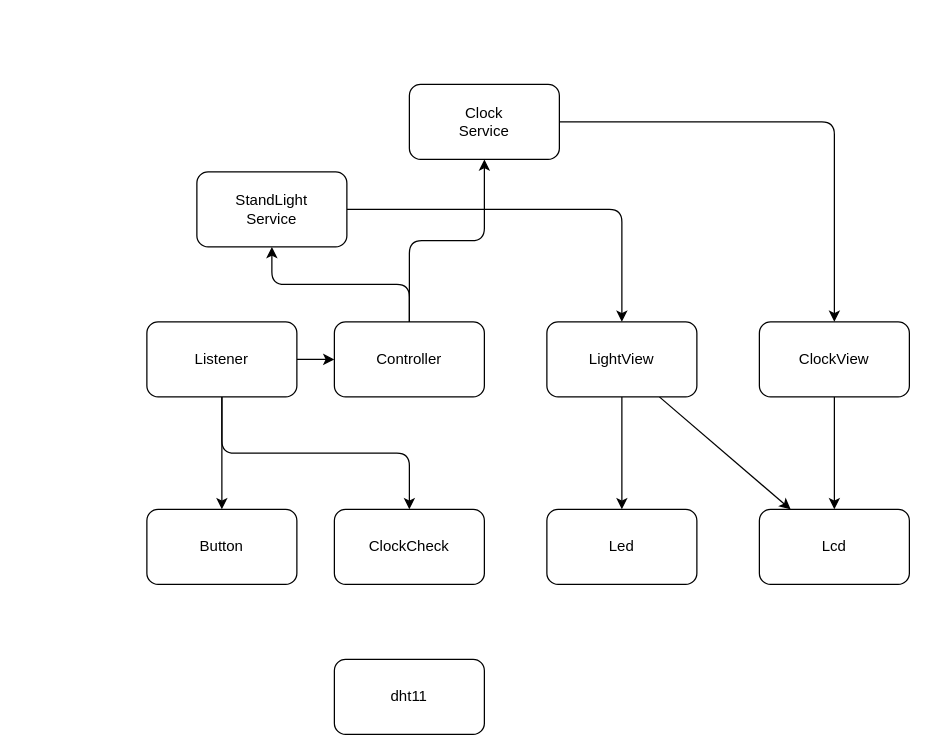
The draw.io diagram sw_design/sw_design.drawio in leb1973/StandLight_Distance_Temp_Humid_Motor, before the edit. Source tidied: cells renumbered, new cells numbered last; positions are measured from the earlier drawing's top-left corner, leaving out a move shared by most shapes. Both pictures are drawn from the tidied source at 125%, with x=0, y=0 at pixel (146, 84).
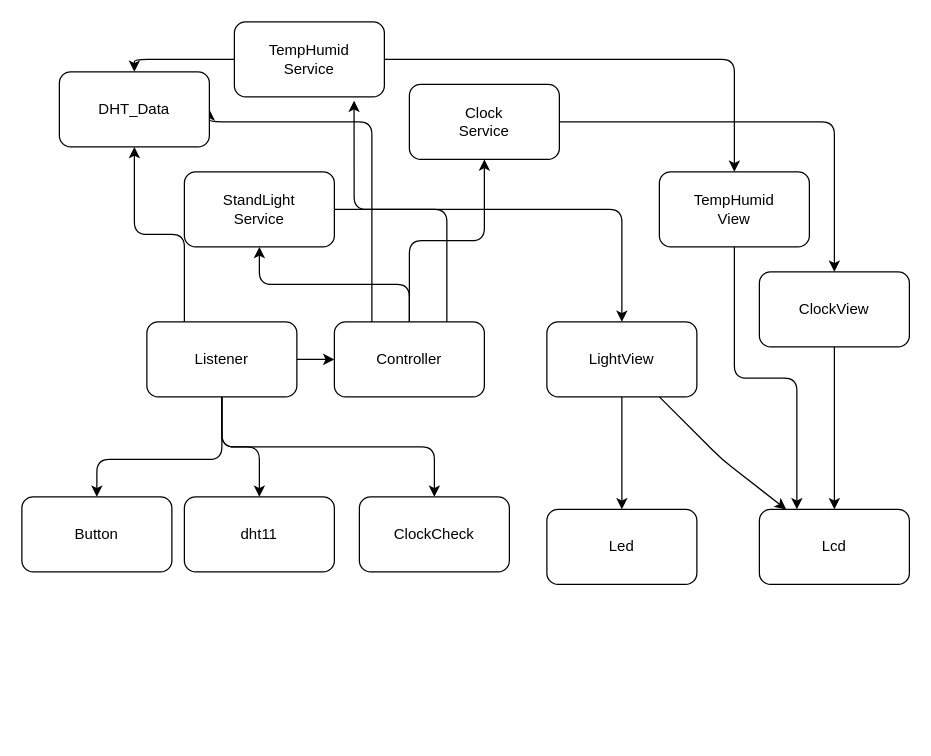
The same diagram, later.

The change refers to these unchanged cells:
```xml
<mxCell id="6" value="Controller" style="rounded=1;whiteSpace=wrap;html=1;" parent="1" vertex="1">
  <mxGeometry x="150" y="190" width="120" height="60" as="geometry" />
</mxCell>
<mxCell id="11" value="LightView" style="rounded=1;whiteSpace=wrap;html=1;" parent="1" vertex="1">
  <mxGeometry x="320" y="190" width="120" height="60" as="geometry" />
</mxCell>
<mxCell id="15" value="Listener" style="rounded=1;whiteSpace=wrap;html=1;" parent="1" vertex="1">
  <mxGeometry y="190" width="120" height="60" as="geometry" />
</mxCell>
<mxCell id="18" value="Lcd" style="rounded=1;whiteSpace=wrap;html=1;" parent="1" vertex="1">
  <mxGeometry x="490" y="340" width="120" height="60" as="geometry" />
</mxCell>
```

Change to the diagram source:
```diff
@@
+    <mxCell id="23" style="edgeStyle=orthogonalEdgeStyle;html=1;exitX=0.25;exitY=0;exitDx=0;exitDy=0;entryX=1;entryY=0.5;entryDx=0;entryDy=0;" parent="1" edge="1" source="6" target="27">
+      <mxGeometry relative="1" as="geometry">
+        <Array as="points">
+          <mxPoint x="180" y="30" />
+          <mxPoint x="50" y="30" />
+        </Array>
+      </mxGeometry>
+    </mxCell>
+    <mxCell id="24" style="edgeStyle=orthogonalEdgeStyle;html=1;exitX=0.75;exitY=0;exitDx=0;exitDy=0;entryX=0.798;entryY=1.051;entryDx=0;entryDy=0;entryPerimeter=0;" parent="1" edge="1" source="6" target="30">
+      <mxGeometry relative="1" as="geometry" />
+    </mxCell>
@@
     <mxCell id="8" value="StandLight&lt;br&gt;Service" style="rounded=1;whiteSpace=wrap;html=1;" parent="1" vertex="1">
-      <mxGeometry x="40" y="70" width="120" height="60" as="geometry" />
+      <mxGeometry x="30" y="70" width="120" height="60" as="geometry" />
     </mxCell>
@@
     <mxCell id="10" style="edgeStyle=none;html=1;exitX=0.75;exitY=1;exitDx=0;exitDy=0;" parent="1" edge="1" source="11" target="18">
-      <mxGeometry relative="1" as="geometry" />
+      <mxGeometry relative="1" as="geometry">
+        <Array as="points">
+          <mxPoint x="460" y="300" />
+        </Array>
+      </mxGeometry>
     </mxCell>
@@
     <mxCell id="12" style="edgeStyle=none;html=1;exitX=0.5;exitY=1;exitDx=0;exitDy=0;entryX=0.5;entryY=0;entryDx=0;entryDy=0;" parent="1" edge="1" source="15" target="21">
       <mxGeometry relative="1" as="geometry">
         <Array as="points">
           <mxPoint x="60" y="300" />
+          <mxPoint x="-40" y="300" />
         </Array>
       </mxGeometry>
     </mxCell>
     <mxCell id="13" style="edgeStyle=orthogonalEdgeStyle;html=1;exitX=0.5;exitY=1;exitDx=0;exitDy=0;entryX=0.5;entryY=0;entryDx=0;entryDy=0;" parent="1" edge="1" source="15" target="20">
-      <mxGeometry relative="1" as="geometry" />
+      <mxGeometry relative="1" as="geometry">
+        <Array as="points">
+          <mxPoint x="60" y="290" />
+          <mxPoint x="230" y="290" />
+        </Array>
+      </mxGeometry>
     </mxCell>
@@
+    <mxCell id="25" style="edgeStyle=orthogonalEdgeStyle;html=1;exitX=0.5;exitY=1;exitDx=0;exitDy=0;" parent="1" edge="1" source="15" target="22">
+      <mxGeometry relative="1" as="geometry" />
+    </mxCell>
+    <mxCell id="26" style="edgeStyle=orthogonalEdgeStyle;html=1;exitX=0.25;exitY=0;exitDx=0;exitDy=0;entryX=0.5;entryY=1;entryDx=0;entryDy=0;" parent="1" edge="1" source="15" target="27">
+      <mxGeometry relative="1" as="geometry" />
+    </mxCell>
@@
     <mxCell id="17" value="ClockView" style="rounded=1;whiteSpace=wrap;html=1;" parent="1" vertex="1">
-      <mxGeometry x="490" y="190" width="120" height="60" as="geometry" />
+      <mxGeometry x="490" y="150" width="120" height="60" as="geometry" />
     </mxCell>
@@
     <mxCell id="20" value="ClockCheck" style="rounded=1;whiteSpace=wrap;html=1;" parent="1" vertex="1">
-      <mxGeometry x="150" y="340" width="120" height="60" as="geometry" />
+      <mxGeometry x="170" y="330" width="120" height="60" as="geometry" />
     </mxCell>
     <mxCell id="21" value="Button" style="rounded=1;whiteSpace=wrap;html=1;" parent="1" vertex="1">
-      <mxGeometry y="340" width="120" height="60" as="geometry" />
+      <mxGeometry x="-100" y="330" width="120" height="60" as="geometry" />
     </mxCell>
     <mxCell id="22" value="dht11" style="rounded=1;whiteSpace=wrap;html=1;" parent="1" vertex="1">
-      <mxGeometry x="150" y="460" width="120" height="60" as="geometry" />
+      <mxGeometry x="30" y="330" width="120" height="60" as="geometry" />
     </mxCell>
+    <mxCell id="27" value="DHT_Data" style="rounded=1;whiteSpace=wrap;html=1;" parent="1" vertex="1">
+      <mxGeometry x="-70" y="-10" width="120" height="60" as="geometry" />
+    </mxCell>
+    <mxCell id="28" style="edgeStyle=orthogonalEdgeStyle;html=1;exitX=0;exitY=0.5;exitDx=0;exitDy=0;entryX=0.5;entryY=0;entryDx=0;entryDy=0;" parent="1" edge="1" source="30" target="27">
+      <mxGeometry relative="1" as="geometry" />
+    </mxCell>
+    <mxCell id="29" style="edgeStyle=orthogonalEdgeStyle;html=1;exitX=1;exitY=0.5;exitDx=0;exitDy=0;" parent="1" edge="1" source="30" target="32">
+      <mxGeometry relative="1" as="geometry" />
+    </mxCell>
+    <mxCell id="30" value="TempHumid&lt;br&gt;Service" style="rounded=1;whiteSpace=wrap;html=1;" parent="1" vertex="1">
+      <mxGeometry x="70" y="-50" width="120" height="60" as="geometry" />
+    </mxCell>
+    <mxCell id="31" style="edgeStyle=orthogonalEdgeStyle;html=1;exitX=0.5;exitY=1;exitDx=0;exitDy=0;entryX=0.25;entryY=0;entryDx=0;entryDy=0;" parent="1" edge="1" source="32" target="18">
+      <mxGeometry relative="1" as="geometry" />
+    </mxCell>
+    <mxCell id="32" value="TempHumid&lt;br&gt;View" style="rounded=1;whiteSpace=wrap;html=1;" parent="1" vertex="1">
+      <mxGeometry x="410" y="70" width="120" height="60" as="geometry" />
+    </mxCell>
```
